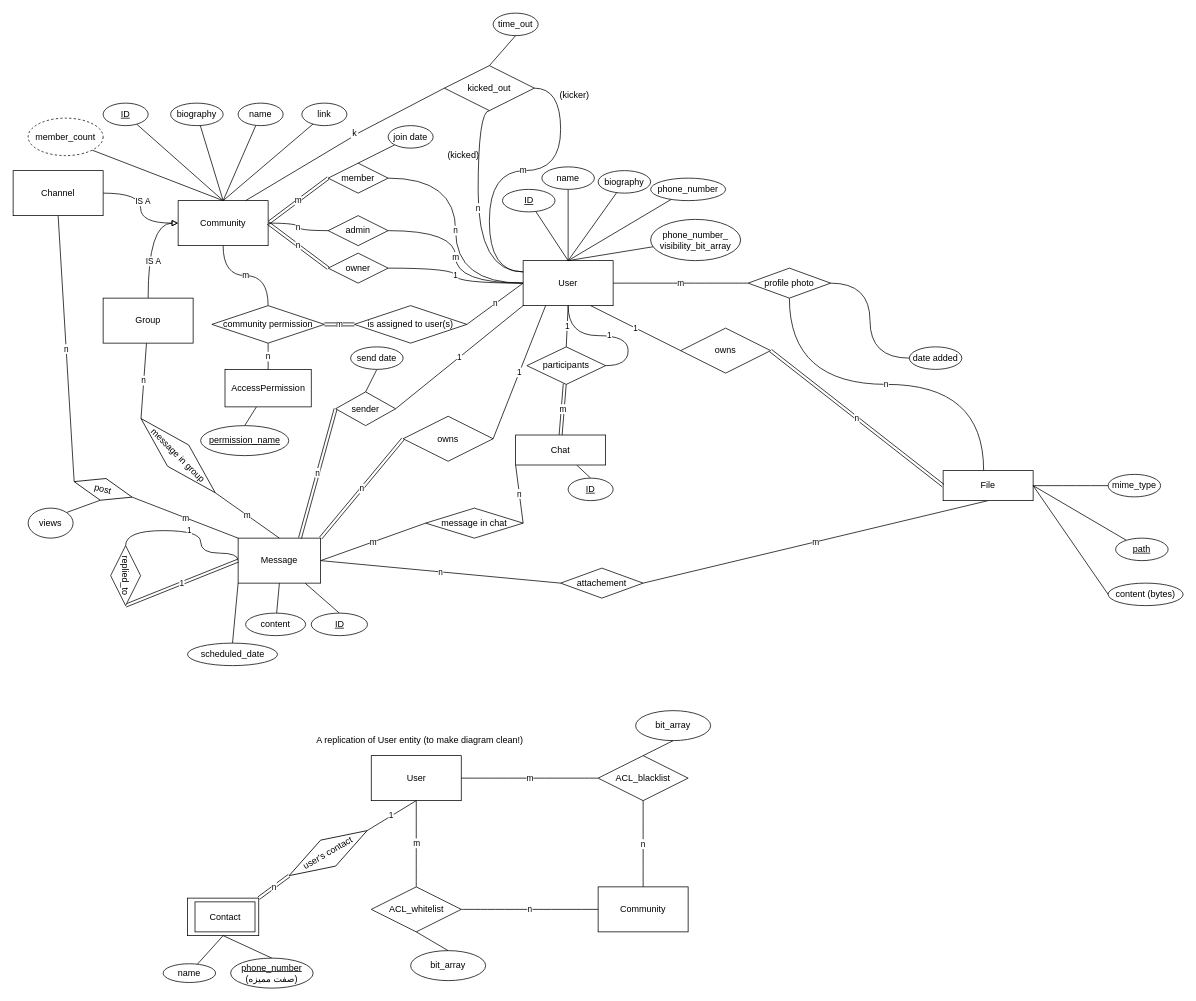
Above: ER.drawio in MohsenDehghankar/db-project (draw.io), before the change. Source tidied: cells renumbered, new cells numbered last; positions are measured from the earlier drawing's top-left corner, leaving out a move shared by most shapes. Both pictures are drawn from the tidied source at 75%, with x=0, y=0 at pixel (13, 13).
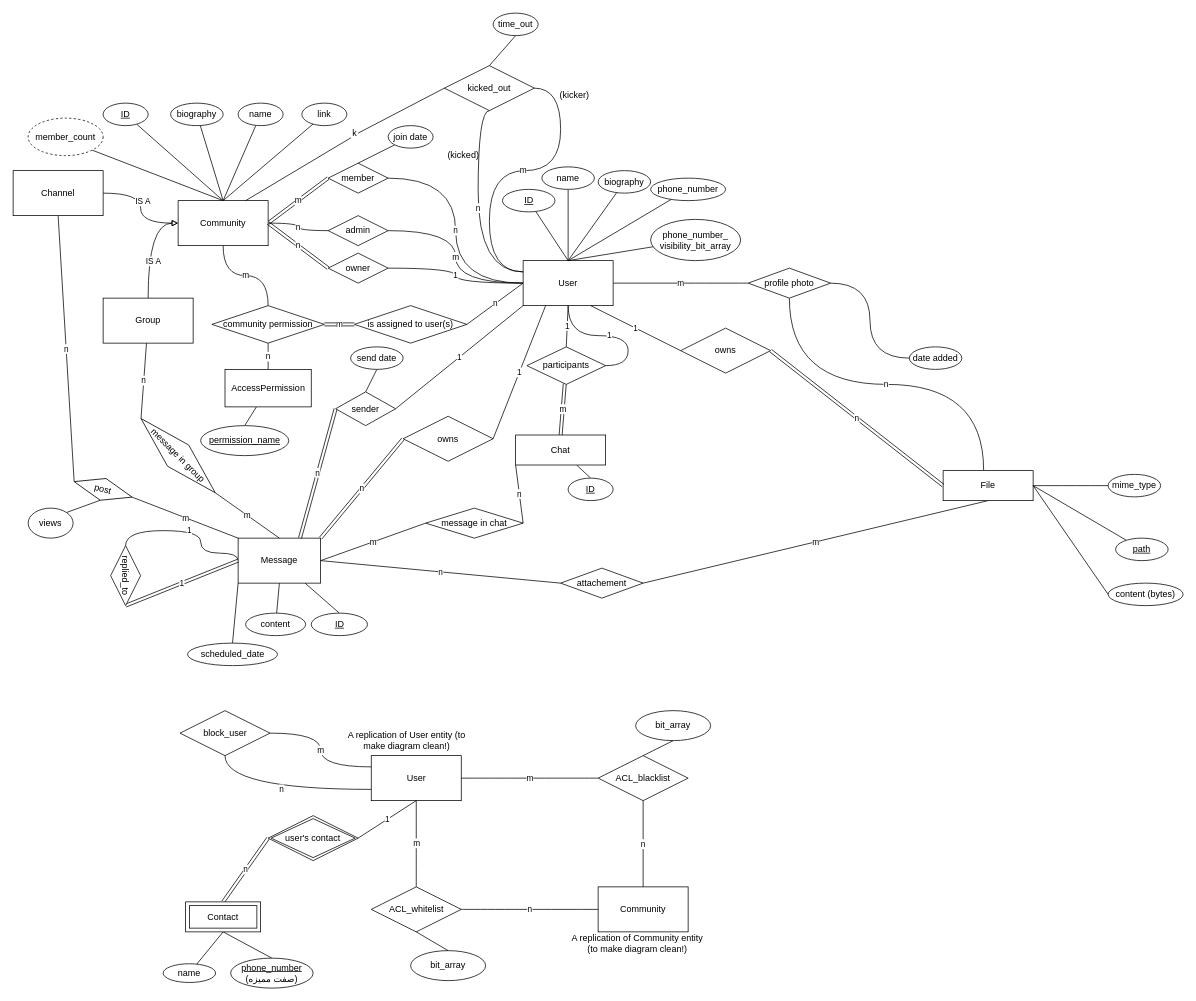
The same page after the edit.

Commit message:
Block list of users added

The change refers to these unchanged cells:
```xml
<mxCell id="86" value="User" style="rounded=0;whiteSpace=wrap;html=1;" parent="1" vertex="1">
  <mxGeometry x="477.5" y="990" width="120" height="60" as="geometry" />
</mxCell>
<mxCell id="94" value="&lt;u&gt;phone_number&lt;/u&gt; (صفت ممیزه)" style="ellipse;whiteSpace=wrap;html=1;strokeColor=#000000;" parent="1" vertex="1">
  <mxGeometry x="290" y="1260" width="110" height="40" as="geometry" />
</mxCell>
<mxCell id="96" value="name" style="ellipse;whiteSpace=wrap;html=1;strokeColor=#000000;" parent="1" vertex="1">
  <mxGeometry x="200" y="1267.5" width="70" height="25" as="geometry" />
</mxCell>
```

Diff of the diagram source:
```diff
@@
-    <mxCell id="87" value="A replication of User entity (to make diagram clean!) " style="text;html=1;strokeColor=none;fillColor=none;align=center;verticalAlign=middle;whiteSpace=wrap;rounded=0;" parent="1" vertex="1">
-      <mxGeometry x="390" y="960" width="305" height="20" as="geometry" />
+    <mxCell id="87" value="A replication of Community entity (to make diagram clean!) " style="text;html=1;strokeColor=none;fillColor=none;align=center;verticalAlign=middle;whiteSpace=wrap;rounded=0;" parent="1" vertex="1">
+      <mxGeometry x="740" y="1230" width="185" height="20" as="geometry" />
     </mxCell>
-    <mxCell id="88" style="rounded=0;whiteSpace=wrap;html=1;strokeColor=#000000;" parent="1" vertex="1">
-      <mxGeometry x="232.5" y="1180" width="95" height="50" as="geometry" />
-    </mxCell>
-    <mxCell id="89" value="Contact" style="rounded=0;whiteSpace=wrap;html=1;strokeColor=#000000;" parent="1" vertex="1">
-      <mxGeometry x="242.5" y="1185" width="80" height="40" as="geometry" />
-    </mxCell>
@@
-    <mxCell id="91" value="n" style="edgeStyle=none;jettySize=auto;html=1;exitX=0;exitY=0.5;exitDx=0;exitDy=0;entryX=1;entryY=0;entryDx=0;entryDy=0;startArrow=none;startFill=0;endArrow=none;endFill=0;strokeColor=#000000;shape=link;" parent="1" edge="1" source="92" target="88">
+    <mxCell id="91" value="n" style="edgeStyle=none;jettySize=auto;html=1;exitX=0;exitY=0.5;exitDx=0;exitDy=0;entryX=0.5;entryY=0;entryDx=0;entryDy=0;startArrow=none;startFill=0;endArrow=none;endFill=0;strokeColor=#000000;shape=link;" parent="1" edge="1" source="92" target="89">
       <mxGeometry relative="1" as="geometry" />
     </mxCell>
-    <mxCell id="92" value="user's contact" style="rhombus;whiteSpace=wrap;html=1;strokeColor=#000000;rotation=-30;" parent="1" vertex="1">
-      <mxGeometry x="360" y="1100" width="120" height="40" as="geometry" />
-    </mxCell>
-    <mxCell id="93" style="edgeStyle=none;jettySize=auto;html=1;exitX=0.5;exitY=0;exitDx=0;exitDy=0;startArrow=none;startFill=0;endArrow=none;endFill=0;strokeColor=#000000;" parent="1" edge="1" source="94">
-      <mxGeometry relative="1" as="geometry">
-        <mxPoint x="280" y="1230" as="targetPoint" />
-      </mxGeometry>
+    <mxCell id="93" style="edgeStyle=none;jettySize=auto;html=1;exitX=0.5;exitY=0;exitDx=0;exitDy=0;startArrow=none;startFill=0;endArrow=none;endFill=0;strokeColor=#000000;entryX=0.5;entryY=1;entryDx=0;entryDy=0;" parent="1" edge="1" source="94" target="89">
+      <mxGeometry relative="1" as="geometry" />
     </mxCell>
@@
-    <mxCell id="95" style="edgeStyle=none;jettySize=auto;html=1;entryX=0.5;entryY=1;entryDx=0;entryDy=0;startArrow=none;startFill=0;endArrow=none;endFill=0;strokeColor=#000000;" parent="1" edge="1" source="96" target="88">
+    <mxCell id="95" style="edgeStyle=none;jettySize=auto;html=1;entryX=0.5;entryY=1;entryDx=0;entryDy=0;startArrow=none;startFill=0;endArrow=none;endFill=0;strokeColor=#000000;" parent="1" edge="1" source="96" target="89">
       <mxGeometry relative="1" as="geometry" />
     </mxCell>
@@
+    <mxCell id="136" value="A replication of User entity (to make diagram clean!) " style="text;html=1;strokeColor=none;fillColor=none;align=center;verticalAlign=middle;whiteSpace=wrap;rounded=0;" parent="1" vertex="1">
+      <mxGeometry x="445" y="960" width="160" height="20" as="geometry" />
+    </mxCell>
+    <mxCell id="137" value="block_user" style="shape=rhombus;perimeter=rhombusPerimeter;whiteSpace=wrap;html=1;align=center;" parent="1" vertex="1">
+      <mxGeometry x="222.5" y="930" width="120" height="60" as="geometry" />
+    </mxCell>
+    <mxCell id="138" value="n" style="edgeStyle=orthogonalEdgeStyle;curved=1;jettySize=auto;html=1;exitX=0;exitY=0.75;exitDx=0;exitDy=0;entryX=0.5;entryY=1;entryDx=0;entryDy=0;startArrow=none;startFill=0;endArrow=none;endFill=0;strokeColor=#000000;" parent="1" edge="1" source="86" target="137">
+      <mxGeometry relative="1" as="geometry" />
+    </mxCell>
+    <mxCell id="139" value="m" style="edgeStyle=orthogonalEdgeStyle;curved=1;jettySize=auto;html=1;exitX=0;exitY=0.25;exitDx=0;exitDy=0;entryX=1;entryY=0.5;entryDx=0;entryDy=0;startArrow=none;startFill=0;endArrow=none;endFill=0;strokeColor=#000000;" parent="1" edge="1" source="86" target="137">
+      <mxGeometry relative="1" as="geometry" />
+    </mxCell>
+    <mxCell id="92" value="user's contact" style="shape=rhombus;double=1;perimeter=rhombusPerimeter;whiteSpace=wrap;html=1;align=center;" parent="1" vertex="1">
+      <mxGeometry x="340" y="1070" width="120" height="60" as="geometry" />
+    </mxCell>
+    <mxCell id="89" value="Contact" style="shape=ext;margin=3;double=1;whiteSpace=wrap;html=1;align=center;" parent="1" vertex="1">
+      <mxGeometry x="230" y="1185" width="100" height="40" as="geometry" />
+    </mxCell>
```
